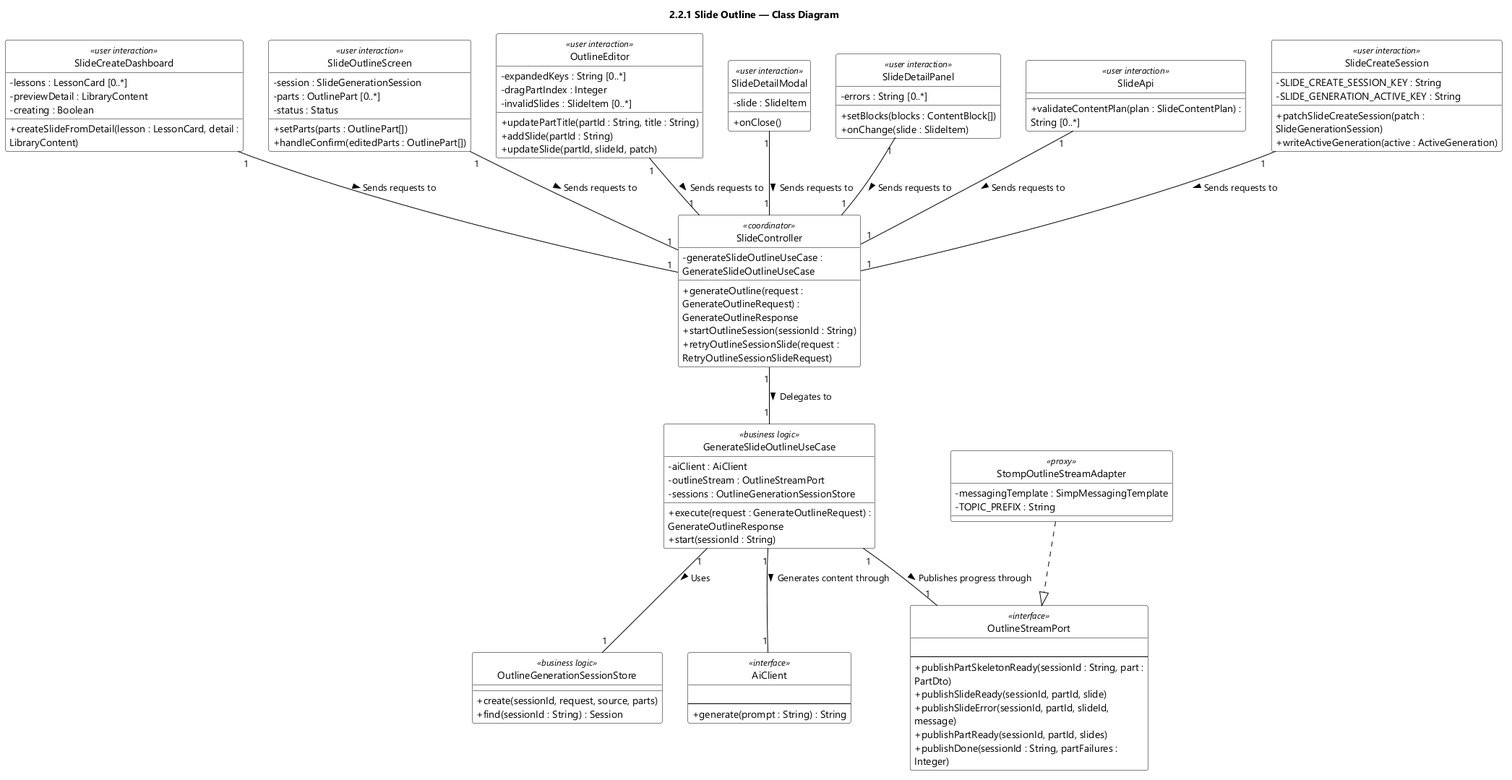
EduA-system/EduA-system keeps this PlantUML diagram as designs/sds-diagrams/feat02/feat02-class-diagram.png. Above is the earlier version.
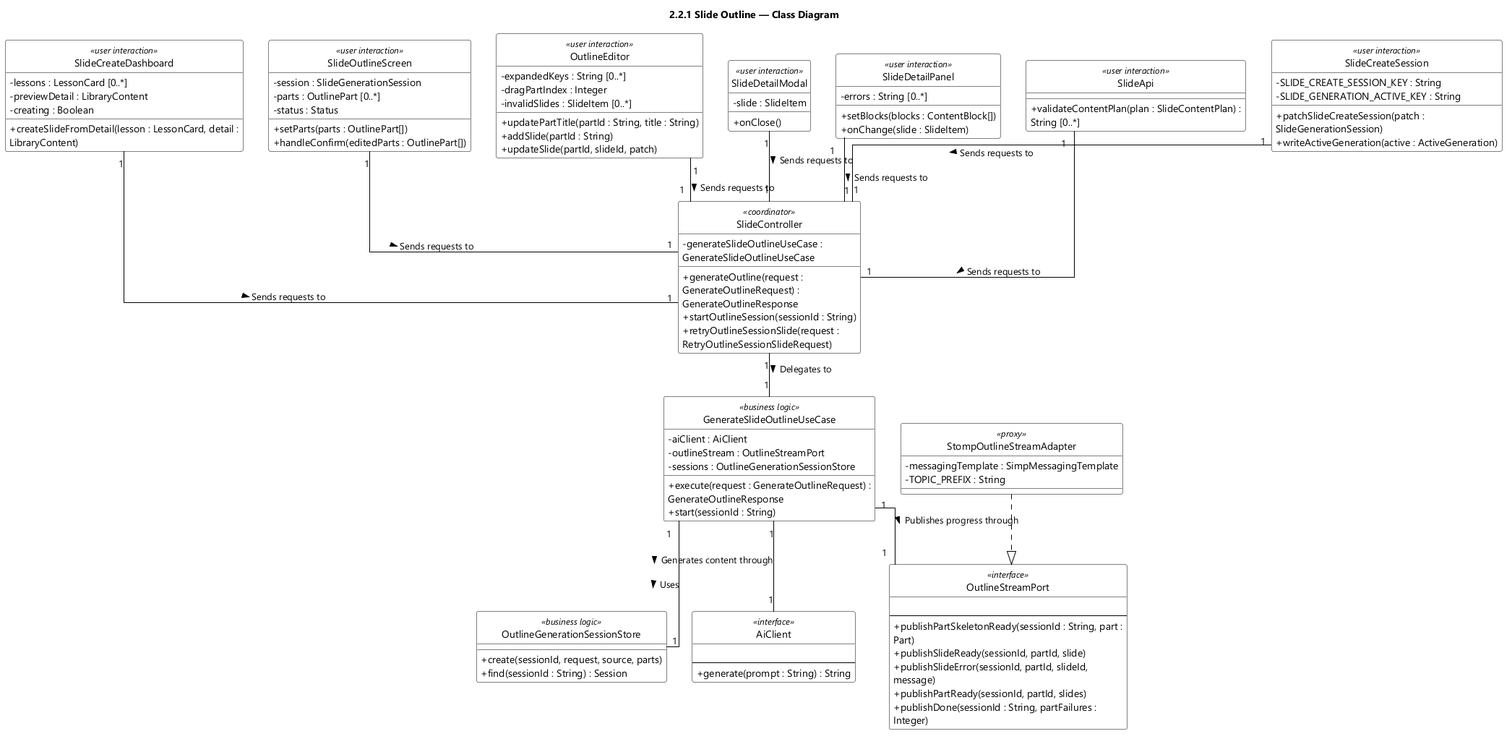
Above is the later version.

Change to the diagram source:
```diff
@@ -7,6 +7,7 @@
 skinparam classBorderColor #000000
 skinparam ArrowColor #000000
 skinparam classAttributeIconSize 0
+skinparam linetype ortho
 hide circle
 title 2.2.1 Slide Outline — Class Diagram
 class SlideCreateDashboard <<user interaction>> {
@@ -53,7 +54,7 @@
 class OutlineStreamPort <<interface>> {
   {field}
   --
-  + publishPartSkeletonReady(sessionId : String, part : PartDto)
+  + publishPartSkeletonReady(sessionId : String, part : Part)
   + publishSlideReady(sessionId, partId, slide)
   + publishSlideError(sessionId, partId, slideId, message)
   + publishPartReady(sessionId, partId, slides)
```
